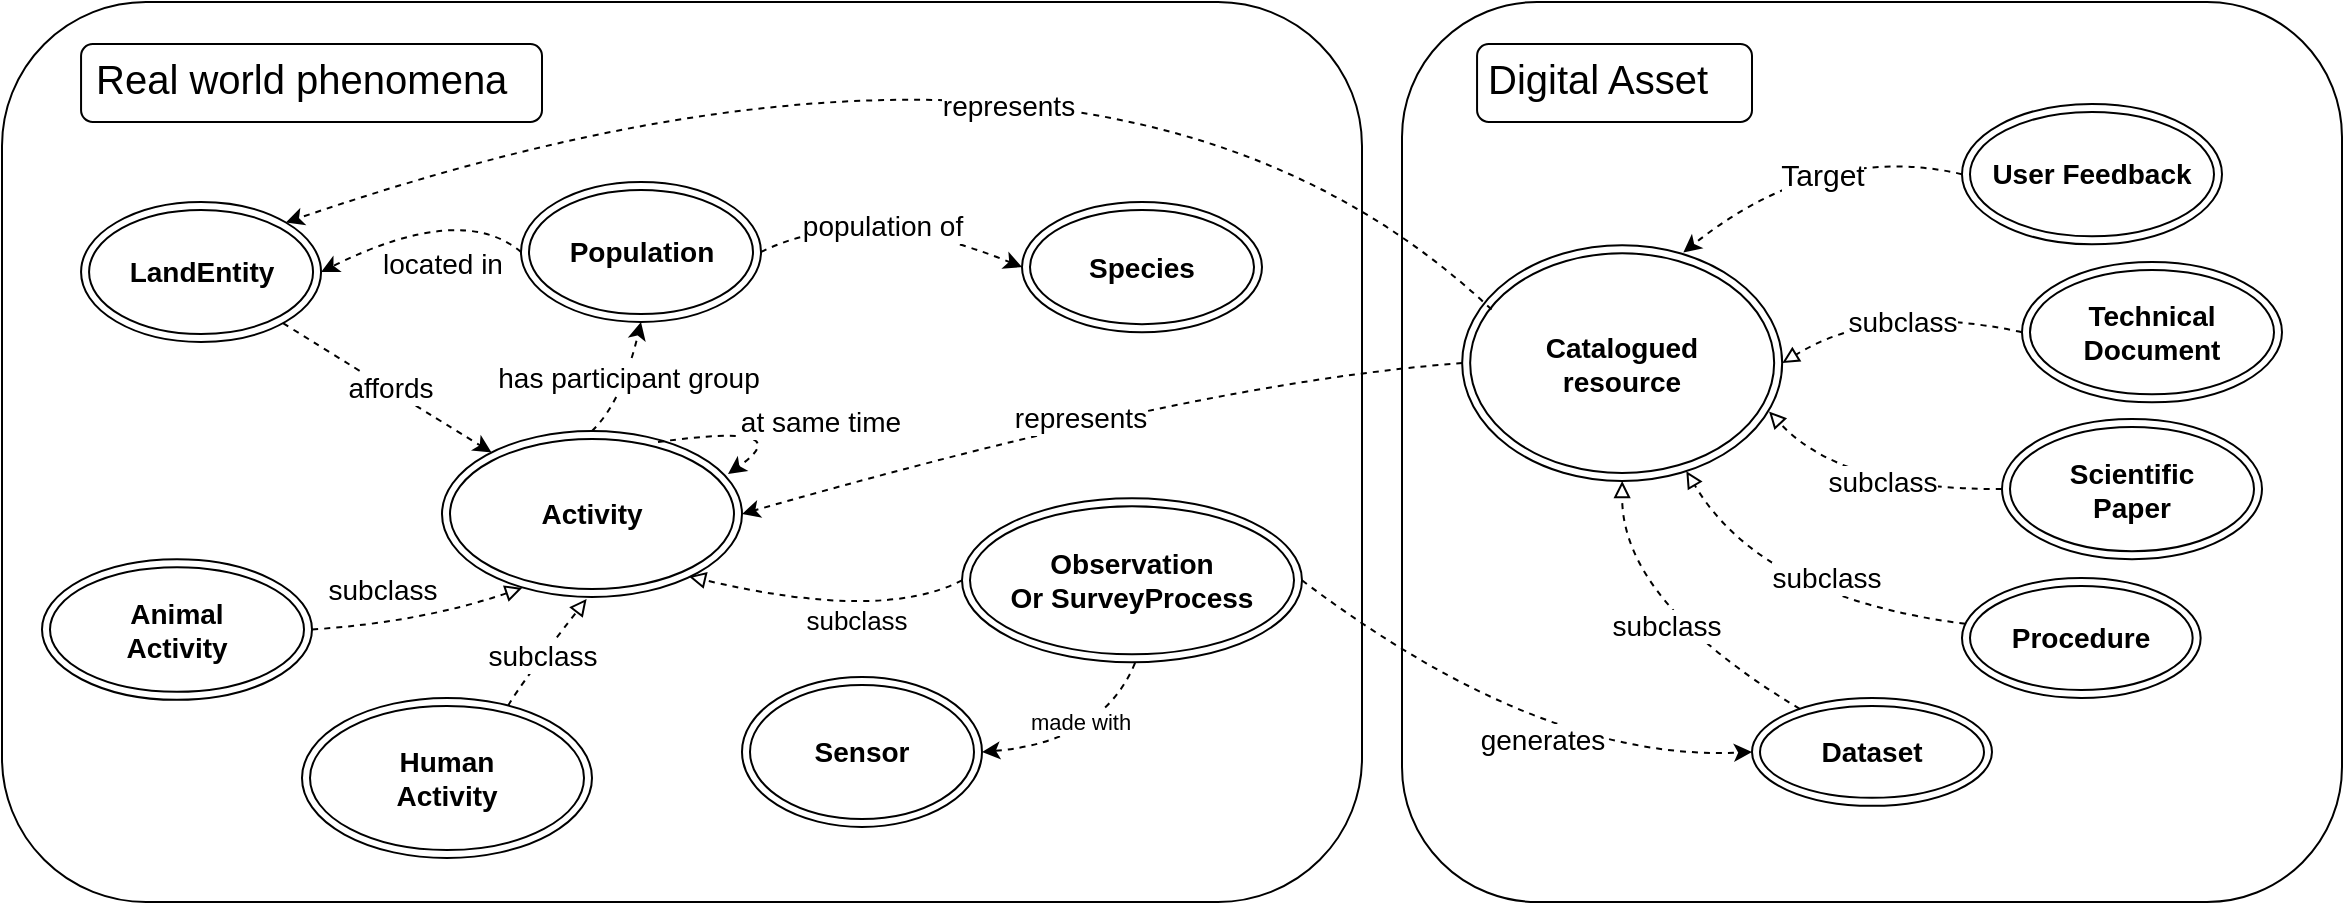
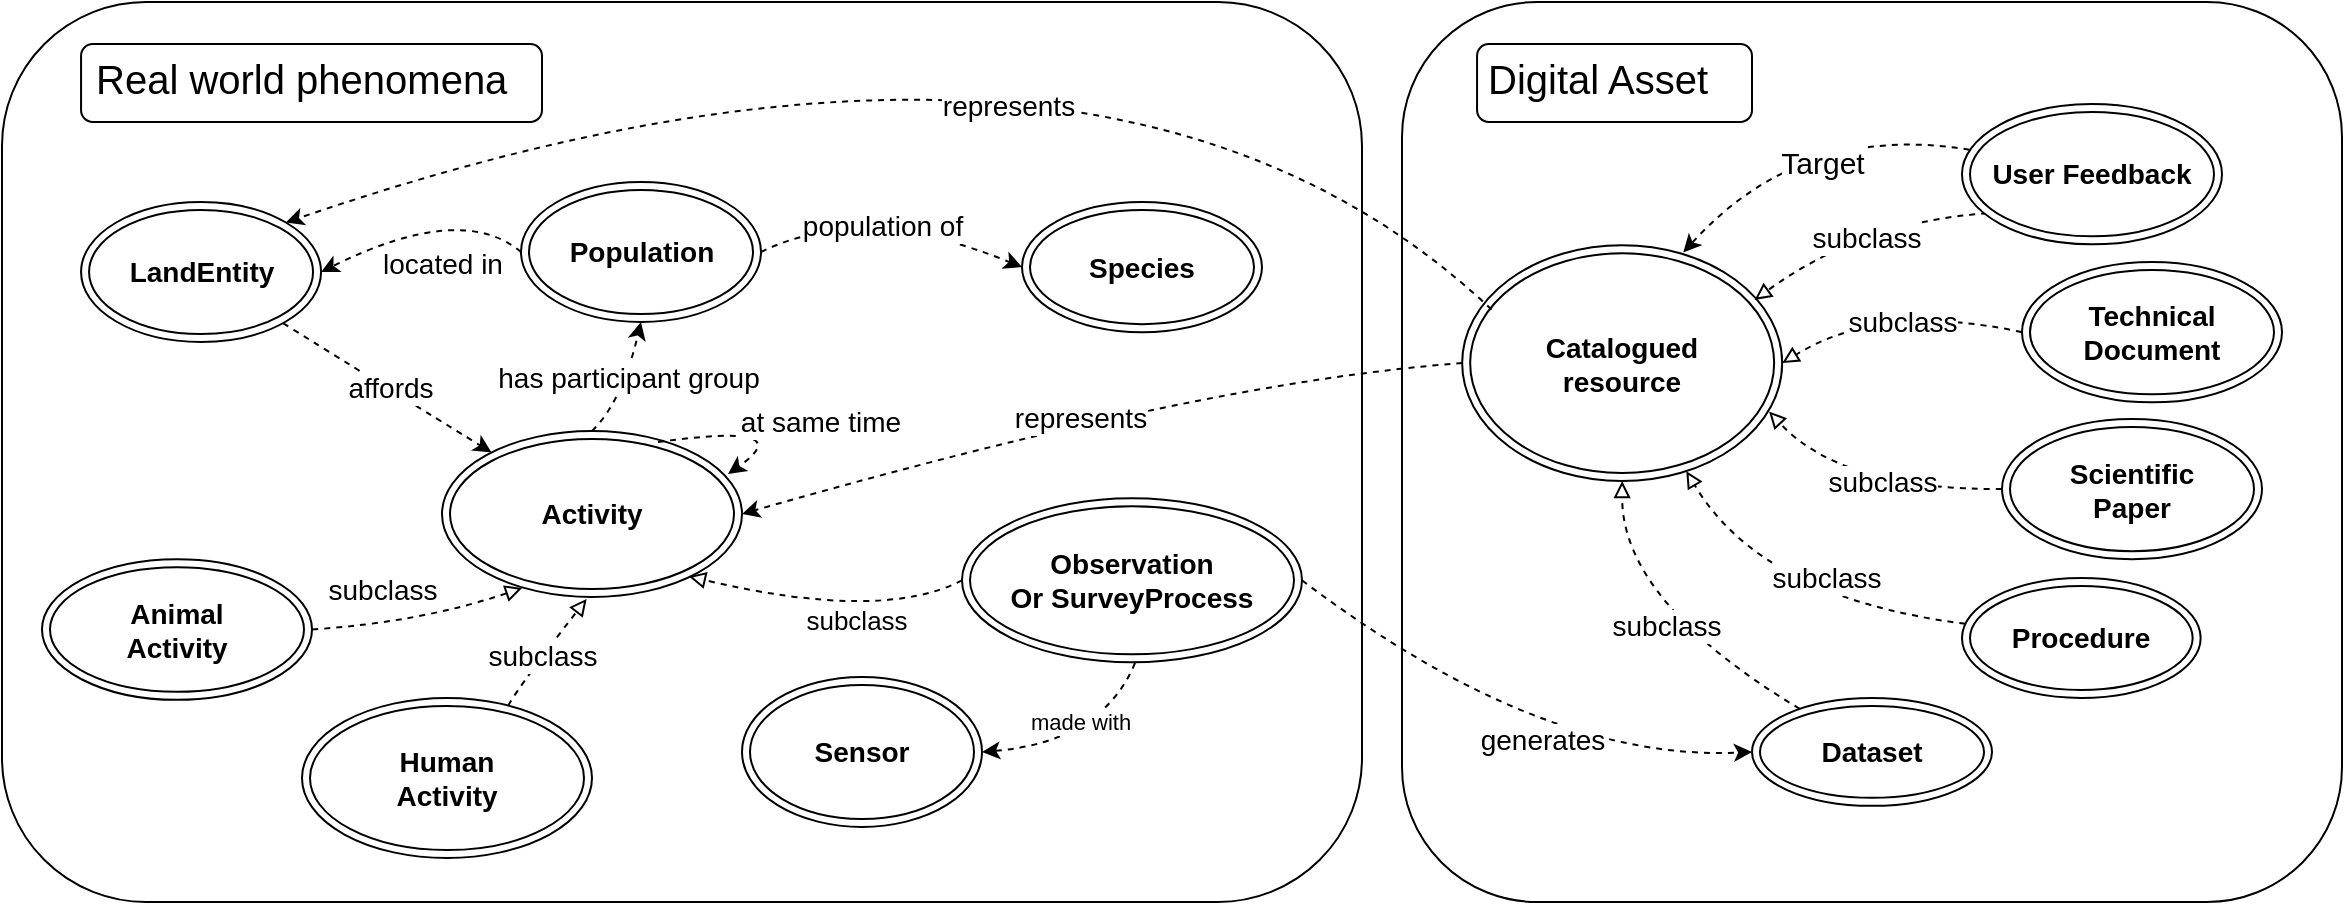
<mxfile host="65bd71144e">
    <diagram id="7OUjOVS5ksEaDqb_jHe9" name="Page-1">
-         <mxGraphModel dx="3200" dy="1561" grid="1" gridSize="10" guides="1" tooltips="1" connect="1" arrows="1" fold="1" page="1" pageScale="1" pageWidth="827" pageHeight="1169" math="0" shadow="0">
+         <mxGraphModel dx="4252" dy="2014" grid="1" gridSize="10" guides="1" tooltips="1" connect="1" arrows="1" fold="1" page="1" pageScale="1" pageWidth="827" pageHeight="1169" math="0" shadow="0">
            <root>
                <mxCell id="0"/>
                <mxCell id="1" parent="0"/>
                <mxCell id="3" value="" style="group;fillColor=none;" parent="1" vertex="1" connectable="0">
                    <mxGeometry x="-2340" y="-940" width="1170" height="450" as="geometry"/>
                </mxCell>
                <mxCell id="4" value="" style="rounded=1;whiteSpace=wrap;html=1;fillColor=default;" parent="3" vertex="1">
                    <mxGeometry x="700" width="470" height="450" as="geometry"/>
                </mxCell>
                <mxCell id="5" value="" style="rounded=1;whiteSpace=wrap;html=1;fillColor=default;arcSize=16;" parent="3" vertex="1">
                    <mxGeometry width="680" height="450" as="geometry"/>
                </mxCell>
                <mxCell id="6" style="edgeStyle=none;html=1;exitX=0;exitY=0.5;exitDx=0;exitDy=0;entryX=1;entryY=0.5;entryDx=0;entryDy=0;rounded=0;curved=1;dashed=1;" parent="3" source="8" target="19" edge="1">
                    <mxGeometry relative="1" as="geometry">
                        <Array as="points">
                            <mxPoint x="600" y="190"/>
                        </Array>
                    </mxGeometry>
                </mxCell>
                <mxCell id="7" value="&lt;font style=&quot;font-size: 14px; color: rgb(0, 0, 0);&quot;&gt;represents&lt;/font&gt;" style="edgeLabel;html=1;align=center;verticalAlign=middle;resizable=0;points=[];fontSize=16;fontColor=#FF0000;" parent="6" connectable="0" vertex="1">
                    <mxGeometry x="0.2966" y="13" relative="1" as="geometry">
                        <mxPoint x="40" y="-26" as="offset"/>
                    </mxGeometry>
                </mxCell>
                <mxCell id="8" value="&lt;b&gt;Catalogued &lt;br&gt;resource&lt;/b&gt;" style="ellipse;shape=doubleEllipse;whiteSpace=wrap;html=1;fontSize=14;fillColor=none;" parent="3" vertex="1">
                    <mxGeometry x="730.0799999999999" y="121.60000000000002" width="160" height="117.92" as="geometry"/>
                </mxCell>
                <mxCell id="9" value="&lt;b&gt;Scientific&lt;/b&gt;&lt;div&gt;&lt;b&gt;Paper&lt;/b&gt;&lt;/div&gt;" style="ellipse;shape=doubleEllipse;whiteSpace=wrap;html=1;fontSize=14;" parent="3" vertex="1">
                    <mxGeometry x="1000" y="208.45" width="130" height="70.16" as="geometry"/>
                </mxCell>
                <mxCell id="10" value="&lt;b&gt;Human&lt;/b&gt;&lt;div&gt;&lt;b&gt;Activity&lt;/b&gt;&lt;/div&gt;" style="ellipse;shape=doubleEllipse;whiteSpace=wrap;html=1;fontSize=14;" parent="3" vertex="1">
                    <mxGeometry x="150" y="348.00000000000006" width="145" height="80" as="geometry"/>
                </mxCell>
                <mxCell id="68" style="edgeStyle=none;html=1;entryX=1;entryY=0.5;entryDx=0;entryDy=0;exitX=0.509;exitY=1.004;exitDx=0;exitDy=0;exitPerimeter=0;rounded=0;curved=1;dashed=1;" parent="3" source="13" target="28" edge="1">
                    <mxGeometry relative="1" as="geometry">
                        <Array as="points">
                            <mxPoint x="550" y="370"/>
                        </Array>
                    </mxGeometry>
                </mxCell>
                <mxCell id="69" value="made with" style="edgeLabel;html=1;align=center;verticalAlign=middle;resizable=0;points=[];" parent="68" vertex="1" connectable="0">
                    <mxGeometry x="0.0404" y="-8" relative="1" as="geometry">
                        <mxPoint y="-3" as="offset"/>
                    </mxGeometry>
                </mxCell>
                <mxCell id="13" value="&lt;b&gt;Observation&lt;br&gt;Or SurveyProcess&lt;/b&gt;" style="ellipse;shape=doubleEllipse;whiteSpace=wrap;html=1;fontSize=14;" parent="3" vertex="1">
                    <mxGeometry x="480" y="248.16000000000005" width="170" height="82" as="geometry"/>
                </mxCell>
                <mxCell id="14" style="edgeStyle=none;html=1;rounded=0;curved=1;dashed=1;" parent="3" source="16" target="19" edge="1">
                    <mxGeometry relative="1" as="geometry">
                        <Array as="points">
                            <mxPoint x="220" y="210"/>
                        </Array>
                        <mxPoint x="240" y="240" as="targetPoint"/>
                    </mxGeometry>
                </mxCell>
                <mxCell id="15" value="&lt;span style=&quot;color: rgb(0, 0, 0);&quot;&gt;affords&lt;/span&gt;" style="edgeLabel;html=1;align=center;verticalAlign=middle;resizable=0;points=[];fontSize=14;" parent="14" connectable="0" vertex="1">
                    <mxGeometry x="0.0413" y="11" relative="1" as="geometry">
                        <mxPoint x="-7" y="8" as="offset"/>
                    </mxGeometry>
                </mxCell>
                <mxCell id="16" value="&lt;b&gt;LandEntity&lt;/b&gt;" style="ellipse;shape=doubleEllipse;whiteSpace=wrap;html=1;fontSize=14;" parent="3" vertex="1">
                    <mxGeometry x="39.529999999999745" y="100" width="120" height="70" as="geometry"/>
                </mxCell>
                <mxCell id="17" style="edgeStyle=none;html=1;entryX=0.5;entryY=1;entryDx=0;entryDy=0;rounded=0;curved=1;exitX=0.5;exitY=0;exitDx=0;exitDy=0;dashed=1;" parent="3" source="19" target="46" edge="1">
                    <mxGeometry relative="1" as="geometry">
                        <Array as="points">
                            <mxPoint x="310" y="200"/>
                        </Array>
                    </mxGeometry>
                </mxCell>
                <mxCell id="18" value="&lt;font style=&quot;font-size: 14px;&quot;&gt;has participant group&lt;/font&gt;" style="edgeLabel;html=1;align=center;verticalAlign=middle;resizable=0;points=[];" parent="17" connectable="0" vertex="1">
                    <mxGeometry x="0.0726" relative="1" as="geometry">
                        <mxPoint as="offset"/>
                    </mxGeometry>
                </mxCell>
                <mxCell id="19" value="&lt;b&gt;Activity&lt;/b&gt;" style="ellipse;shape=doubleEllipse;whiteSpace=wrap;html=1;fontSize=14;" parent="3" vertex="1">
                    <mxGeometry x="220" y="214.51999999999998" width="150" height="82.96" as="geometry"/>
                </mxCell>
                <mxCell id="20" value="&lt;b&gt;Animal&lt;/b&gt;&lt;div&gt;&lt;b&gt;Activity&lt;/b&gt;&lt;/div&gt;" style="ellipse;shape=doubleEllipse;whiteSpace=wrap;html=1;fontSize=14;" parent="3" vertex="1">
                    <mxGeometry x="20" y="278.6100000000001" width="135" height="70.31" as="geometry"/>
                </mxCell>
                <mxCell id="21" style="edgeStyle=none;html=1;entryX=0.5;entryY=1;entryDx=0;entryDy=0;dashed=1;rounded=0;curved=1;endArrow=block;endFill=0;" parent="3" source="23" target="8" edge="1">
                    <mxGeometry relative="1" as="geometry">
                        <Array as="points">
                            <mxPoint x="810" y="300"/>
                        </Array>
                    </mxGeometry>
                </mxCell>
                <mxCell id="22" value="&lt;font style=&quot;font-size: 14px;&quot;&gt;subclass&lt;/font&gt;" style="edgeLabel;html=1;align=center;verticalAlign=middle;resizable=0;points=[];" parent="21" connectable="0" vertex="1">
                    <mxGeometry x="0.0588" y="-4" relative="1" as="geometry">
                        <mxPoint x="5" y="7" as="offset"/>
                    </mxGeometry>
                </mxCell>
                <mxCell id="23" value="&lt;b&gt;Dataset&lt;/b&gt;" style="ellipse;shape=doubleEllipse;whiteSpace=wrap;html=1;fontSize=14;fillColor=none;" parent="3" vertex="1">
                    <mxGeometry x="875" y="348" width="120" height="53.92" as="geometry"/>
                </mxCell>
                <mxCell id="24" value="&lt;b&gt;Species&lt;/b&gt;" style="ellipse;shape=doubleEllipse;whiteSpace=wrap;html=1;fontSize=14;" parent="3" vertex="1">
                    <mxGeometry x="510" y="100" width="120" height="65.08" as="geometry"/>
                </mxCell>
                <mxCell id="25" style="edgeStyle=none;html=1;rounded=0;curved=1;dashed=1;endArrow=block;endFill=0;" parent="3" source="27" target="8" edge="1">
                    <mxGeometry relative="1" as="geometry">
                        <Array as="points">
                            <mxPoint x="880" y="298"/>
                        </Array>
                        <mxPoint x="857.5425130608924" y="276.0225130608924" as="targetPoint"/>
                    </mxGeometry>
                </mxCell>
                <mxCell id="26" value="subclass" style="edgeLabel;html=1;align=center;verticalAlign=middle;resizable=0;points=[];fontSize=14;" parent="25" connectable="0" vertex="1">
                    <mxGeometry x="-0.0161" y="-5" relative="1" as="geometry">
                        <mxPoint x="16" y="-7" as="offset"/>
                    </mxGeometry>
                </mxCell>
                <mxCell id="27" value="&lt;b&gt;&lt;span style=&quot;color: rgb(0, 0, 0);&quot;&gt;Procedure&lt;/span&gt;&lt;/b&gt;" style="ellipse;shape=doubleEllipse;whiteSpace=wrap;html=1;fontSize=14;fillColor=none;" parent="3" vertex="1">
                    <mxGeometry x="980.0000000000001" y="287.9999999999999" width="119.33" height="60" as="geometry"/>
                </mxCell>
                <mxCell id="28" value="&lt;b&gt;Sensor&lt;/b&gt;" style="ellipse;shape=doubleEllipse;whiteSpace=wrap;html=1;fontSize=14;" parent="3" vertex="1">
                    <mxGeometry x="370" y="337.46" width="120" height="75" as="geometry"/>
                </mxCell>
                <mxCell id="29" style="edgeStyle=none;html=1;exitX=1;exitY=0.5;exitDx=0;exitDy=0;entryX=0.267;entryY=0.946;entryDx=0;entryDy=0;entryPerimeter=0;dashed=1;rounded=0;curved=1;endArrow=block;endFill=0;" parent="3" source="20" target="19" edge="1">
                    <mxGeometry relative="1" as="geometry">
                        <Array as="points">
                            <mxPoint x="210" y="310"/>
                        </Array>
                    </mxGeometry>
                </mxCell>
                <mxCell id="30" value="subclass" style="edgeLabel;html=1;align=center;verticalAlign=middle;resizable=0;points=[];fontSize=14;" parent="29" connectable="0" vertex="1">
                    <mxGeometry x="-0.361" y="4" relative="1" as="geometry">
                        <mxPoint x="1" y="-14" as="offset"/>
                    </mxGeometry>
                </mxCell>
                <mxCell id="31" style="edgeStyle=none;html=1;exitX=0.711;exitY=0.047;exitDx=0;exitDy=0;entryX=0.482;entryY=1.012;entryDx=0;entryDy=0;entryPerimeter=0;rounded=0;curved=1;dashed=1;endArrow=block;endFill=0;labelBackgroundColor=default;exitPerimeter=0;" parent="3" source="10" target="19" edge="1">
                    <mxGeometry relative="1" as="geometry">
                        <Array as="points">
                            <mxPoint x="260" y="340"/>
                        </Array>
                    </mxGeometry>
                </mxCell>
                <mxCell id="32" value="subclass" style="edgeLabel;html=1;align=center;verticalAlign=middle;resizable=0;points=[];fontSize=14;" parent="31" connectable="0" vertex="1">
                    <mxGeometry x="-0.2965" y="4" relative="1" as="geometry">
                        <mxPoint x="7" y="-3" as="offset"/>
                    </mxGeometry>
                </mxCell>
                <mxCell id="33" style="edgeStyle=none;html=1;entryX=0.823;entryY=0.876;entryDx=0;entryDy=0;entryPerimeter=0;rounded=0;curved=1;exitX=0;exitY=0.5;exitDx=0;exitDy=0;endArrow=block;endFill=0;dashed=1;" parent="3" source="13" target="19" edge="1">
                    <mxGeometry relative="1" as="geometry">
                        <Array as="points">
                            <mxPoint x="440" y="310"/>
                        </Array>
                    </mxGeometry>
                </mxCell>
                <mxCell id="34" value="&lt;font style=&quot;font-size: 13px;&quot;&gt;subclass&lt;/font&gt;" style="edgeLabel;html=1;align=center;verticalAlign=middle;resizable=0;points=[];" parent="33" connectable="0" vertex="1">
                    <mxGeometry x="-0.0291" y="-5" relative="1" as="geometry">
                        <mxPoint x="10" y="9" as="offset"/>
                    </mxGeometry>
                </mxCell>
                <mxCell id="37" style="edgeStyle=none;html=1;entryX=0.959;entryY=0.705;entryDx=0;entryDy=0;rounded=0;curved=1;dashed=1;endArrow=block;endFill=0;entryPerimeter=0;" parent="3" source="9" target="8" edge="1">
                    <mxGeometry relative="1" as="geometry">
                        <Array as="points">
                            <mxPoint x="920" y="244"/>
                        </Array>
                        <mxPoint x="884.48" y="203.79680000000008" as="targetPoint"/>
                    </mxGeometry>
                </mxCell>
                <mxCell id="38" value="subclass" style="edgeLabel;html=1;align=center;verticalAlign=middle;resizable=0;points=[];fontSize=14;" parent="37" connectable="0" vertex="1">
                    <mxGeometry x="-0.0789" y="3" relative="1" as="geometry">
                        <mxPoint x="1" y="-7" as="offset"/>
                    </mxGeometry>
                </mxCell>
                <mxCell id="71" style="edgeStyle=none;html=1;exitX=1;exitY=0.5;exitDx=0;exitDy=0;entryX=0;entryY=0.5;entryDx=0;entryDy=0;dashed=1;rounded=0;curved=1;" parent="3" source="46" target="24" edge="1">
                    <mxGeometry relative="1" as="geometry">
                        <Array as="points">
                            <mxPoint x="430" y="100"/>
                        </Array>
                    </mxGeometry>
                </mxCell>
                <mxCell id="72" value="population of" style="edgeLabel;html=1;align=center;verticalAlign=middle;resizable=0;points=[];fontSize=14;" parent="71" vertex="1" connectable="0">
                    <mxGeometry x="-0.3391" y="-7" relative="1" as="geometry">
                        <mxPoint x="15" y="1" as="offset"/>
                    </mxGeometry>
                </mxCell>
                <mxCell id="46" value="&lt;b&gt;Population&lt;/b&gt;" style="ellipse;shape=doubleEllipse;whiteSpace=wrap;html=1;fontSize=14;" parent="3" vertex="1">
                    <mxGeometry x="259.5" y="90" width="120" height="70" as="geometry"/>
                </mxCell>
                <mxCell id="47" style="edgeStyle=none;html=1;rounded=0;curved=1;dashed=1;exitX=0;exitY=0.5;exitDx=0;exitDy=0;entryX=1;entryY=0.5;entryDx=0;entryDy=0;" parent="3" source="46" target="16" edge="1">
                    <mxGeometry relative="1" as="geometry">
                        <Array as="points">
                            <mxPoint x="230" y="100"/>
                        </Array>
                        <mxPoint x="327" y="180" as="sourcePoint"/>
                        <mxPoint x="395" y="225" as="targetPoint"/>
                    </mxGeometry>
                </mxCell>
                <mxCell id="48" value="&lt;font style=&quot;font-size: 14px;&quot;&gt;located in&lt;/font&gt;" style="edgeLabel;html=1;align=center;verticalAlign=middle;resizable=0;points=[];" parent="47" connectable="0" vertex="1">
                    <mxGeometry x="-0.3726" y="-5" relative="1" as="geometry">
                        <mxPoint x="-15" y="33" as="offset"/>
                    </mxGeometry>
                </mxCell>
                <mxCell id="51" value="" style="curved=1;endArrow=classic;html=1;rounded=0;exitX=0.72;exitY=0.066;exitDx=0;exitDy=0;exitPerimeter=0;dashed=1;" parent="3" source="19" edge="1">
                    <mxGeometry width="50" height="50" relative="1" as="geometry">
                        <Array as="points">
                            <mxPoint x="400" y="210"/>
                        </Array>
                        <mxPoint x="665" y="-20" as="sourcePoint"/>
                        <mxPoint x="363" y="236" as="targetPoint"/>
                    </mxGeometry>
                </mxCell>
                <mxCell id="52" value="&lt;font style=&quot;font-size: 14px;&quot;&gt;at same &lt;font&gt;time&lt;/font&gt;&lt;/font&gt;" style="edgeLabel;html=1;align=center;verticalAlign=middle;resizable=0;points=[];" parent="51" connectable="0" vertex="1">
                    <mxGeometry x="0.6855" y="2" relative="1" as="geometry">
                        <mxPoint x="30" y="-17" as="offset"/>
                    </mxGeometry>
                </mxCell>
                <mxCell id="53" value="" style="endArrow=classic;html=1;rounded=0;exitX=1;exitY=0.5;exitDx=0;exitDy=0;entryX=0;entryY=0.5;entryDx=0;entryDy=0;curved=1;dashed=1;" parent="3" source="13" target="23" edge="1">
                    <mxGeometry width="50" height="50" relative="1" as="geometry">
                        <Array as="points">
                            <mxPoint x="770" y="380"/>
                        </Array>
                        <mxPoint x="560" y="340" as="sourcePoint"/>
                        <mxPoint x="610" y="290" as="targetPoint"/>
                    </mxGeometry>
                </mxCell>
                <mxCell id="54" value="&lt;font style=&quot;font-size: 14px;&quot;&gt;genera&lt;/font&gt;&lt;font style=&quot;font-size: 14px;&quot;&gt;tes&lt;/font&gt;" style="edgeLabel;html=1;align=center;verticalAlign=middle;resizable=0;points=[];" parent="53" connectable="0" vertex="1">
                    <mxGeometry x="0.3816" y="4" relative="1" as="geometry">
                        <mxPoint x="-26" y="-6" as="offset"/>
                    </mxGeometry>
                </mxCell>
+                 <mxCell id="76" style="edgeStyle=none;html=1;dashed=1;rounded=0;curved=1;entryX=0.914;entryY=0.232;entryDx=0;entryDy=0;exitX=0.097;exitY=0.779;exitDx=0;exitDy=0;exitPerimeter=0;entryPerimeter=0;endArrow=block;endFill=0;" edge="1" parent="3" source="55" target="8">
+                     <mxGeometry relative="1" as="geometry">
+                         <Array as="points">
+                             <mxPoint x="930" y="110"/>
+                         </Array>
+                     </mxGeometry>
+                 </mxCell>
+                 <mxCell id="77" value="subclass" style="edgeLabel;html=1;align=center;verticalAlign=middle;resizable=0;points=[];fontSize=14;" vertex="1" connectable="0" parent="76">
+                     <mxGeometry x="0.057" y="6" relative="1" as="geometry">
+                         <mxPoint x="2" as="offset"/>
+                     </mxGeometry>
+                 </mxCell>
                <mxCell id="55" value="&lt;b&gt;User Feedback&lt;/b&gt;" style="ellipse;shape=doubleEllipse;whiteSpace=wrap;html=1;fontSize=14;" parent="3" vertex="1">
                    <mxGeometry x="980" y="51" width="130" height="70.16" as="geometry"/>
                </mxCell>
                <mxCell id="56" style="edgeStyle=none;html=1;exitX=0.092;exitY=0.273;exitDx=0;exitDy=0;entryX=1;entryY=0;entryDx=0;entryDy=0;rounded=0;curved=1;exitPerimeter=0;dashed=1;" parent="3" source="8" target="16" edge="1">
                    <mxGeometry relative="1" as="geometry">
                        <Array as="points">
                            <mxPoint x="550" y="-30"/>
                        </Array>
                    </mxGeometry>
                </mxCell>
                <mxCell id="57" value="&lt;font style=&quot;font-size: 14px; color: rgb(0, 0, 0);&quot;&gt;represents&lt;/font&gt;" style="edgeLabel;html=1;align=center;verticalAlign=middle;resizable=0;points=[];fontSize=16;fontColor=#FF0000;" parent="56" connectable="0" vertex="1">
                    <mxGeometry x="0.1167" y="32" relative="1" as="geometry">
                        <mxPoint x="58" y="11" as="offset"/>
                    </mxGeometry>
                </mxCell>
                <mxCell id="43" value="" style="group;strokeColor=default;rounded=1;" parent="3" connectable="0" vertex="1">
                    <mxGeometry x="39.53" y="21" width="230.47" height="39" as="geometry"/>
                </mxCell>
                <mxCell id="45" value="Real world phenomena" style="text;html=1;whiteSpace=wrap;strokeColor=none;fillColor=none;align=left;verticalAlign=middle;rounded=0;fontSize=20;" parent="43" vertex="1">
                    <mxGeometry x="5.876005665722382" y="12.596999999999989" width="224.59399433427765" height="9.75" as="geometry"/>
                </mxCell>
                <mxCell id="60" value="" style="group;strokeColor=default;rounded=1;" parent="3" connectable="0" vertex="1">
                    <mxGeometry x="737.53" y="21" width="137.47" height="39" as="geometry"/>
                </mxCell>
                <mxCell id="61" value="Digital Asset" style="text;html=1;whiteSpace=wrap;strokeColor=none;fillColor=none;align=left;verticalAlign=middle;rounded=0;fontSize=20;" parent="60" vertex="1">
                    <mxGeometry x="3.504900849858358" y="12.596999999999989" width="133.96509915014164" height="9.75" as="geometry"/>
                </mxCell>
-                 <mxCell id="64" style="edgeStyle=none;html=1;entryX=0.691;entryY=0.031;entryDx=0;entryDy=0;entryPerimeter=0;rounded=0;curved=1;dashed=1;exitX=0;exitY=0.5;exitDx=0;exitDy=0;" parent="3" source="55" target="8" edge="1">
-                     <mxGeometry relative="1" as="geometry">
-                         <Array as="points">
-                             <mxPoint x="910" y="70"/>
-                         </Array>
+                 <mxCell id="64" style="edgeStyle=none;html=1;entryX=0.691;entryY=0.031;entryDx=0;entryDy=0;entryPerimeter=0;rounded=0;curved=1;dashed=1;exitX=0.029;exitY=0.326;exitDx=0;exitDy=0;exitPerimeter=0;" parent="3" source="55" target="8" edge="1">
+                     <mxGeometry relative="1" as="geometry">
+                         <Array as="points">
+                             <mxPoint x="900" y="60"/>
+                         </Array>
+                         <mxPoint x="990" y="67" as="sourcePoint"/>
                    </mxGeometry>
                </mxCell>
                <mxCell id="65" value="Target" style="edgeLabel;html=1;align=center;verticalAlign=middle;resizable=0;points=[];fontSize=15;" parent="64" vertex="1" connectable="0">
                    <mxGeometry x="0.045" y="12" relative="1" as="geometry">
-                         <mxPoint x="2" y="-1" as="offset"/>
+                         <mxPoint x="5" y="8" as="offset"/>
                    </mxGeometry>
                </mxCell>
                <mxCell id="74" style="edgeStyle=none;html=1;entryX=1;entryY=0.5;entryDx=0;entryDy=0;dashed=1;rounded=0;curved=1;exitX=0;exitY=0.5;exitDx=0;exitDy=0;endArrow=block;endFill=0;" edge="1" parent="3" source="73" target="8">
                    <mxGeometry relative="1" as="geometry">
                        <Array as="points">
                            <mxPoint x="940" y="150"/>
                        </Array>
                    </mxGeometry>
                </mxCell>
                <mxCell id="75" value="subclass" style="edgeLabel;html=1;align=center;verticalAlign=middle;resizable=0;points=[];fontSize=14;" vertex="1" connectable="0" parent="74">
                    <mxGeometry x="0.0015" y="13" relative="1" as="geometry">
                        <mxPoint x="6" y="-4" as="offset"/>
                    </mxGeometry>
                </mxCell>
                <mxCell id="73" value="&lt;b&gt;Technical&lt;/b&gt;&lt;div&gt;&lt;b&gt;Document&lt;/b&gt;&lt;/div&gt;" style="ellipse;shape=doubleEllipse;whiteSpace=wrap;html=1;fontSize=14;" vertex="1" parent="3">
                    <mxGeometry x="1010" y="130" width="130" height="70.16" as="geometry"/>
                </mxCell>
            </root>
        </mxGraphModel>
    </diagram>
</mxfile>